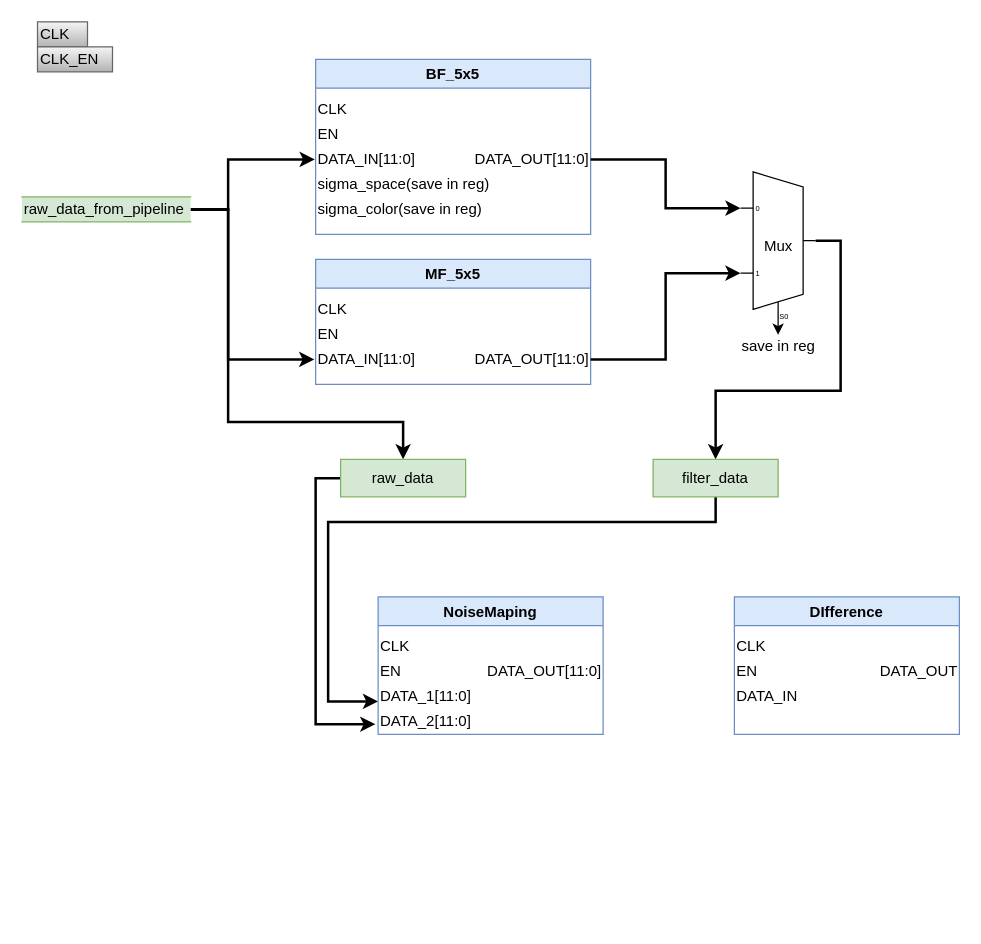
Above: page "ModulePartation" (2 of 2) of 3DNR/3DNR_hardware.drawio in sustcsugar/draw.io (draw.io), before the change. Source tidied: cells renumbered, new cells numbered last; positions are measured from the earlier drawing's top-left corner, leaving out a move shared by most shapes. Both pictures are drawn from the tidied source at 125%, with x=0, y=0 at pixel (21, 21).
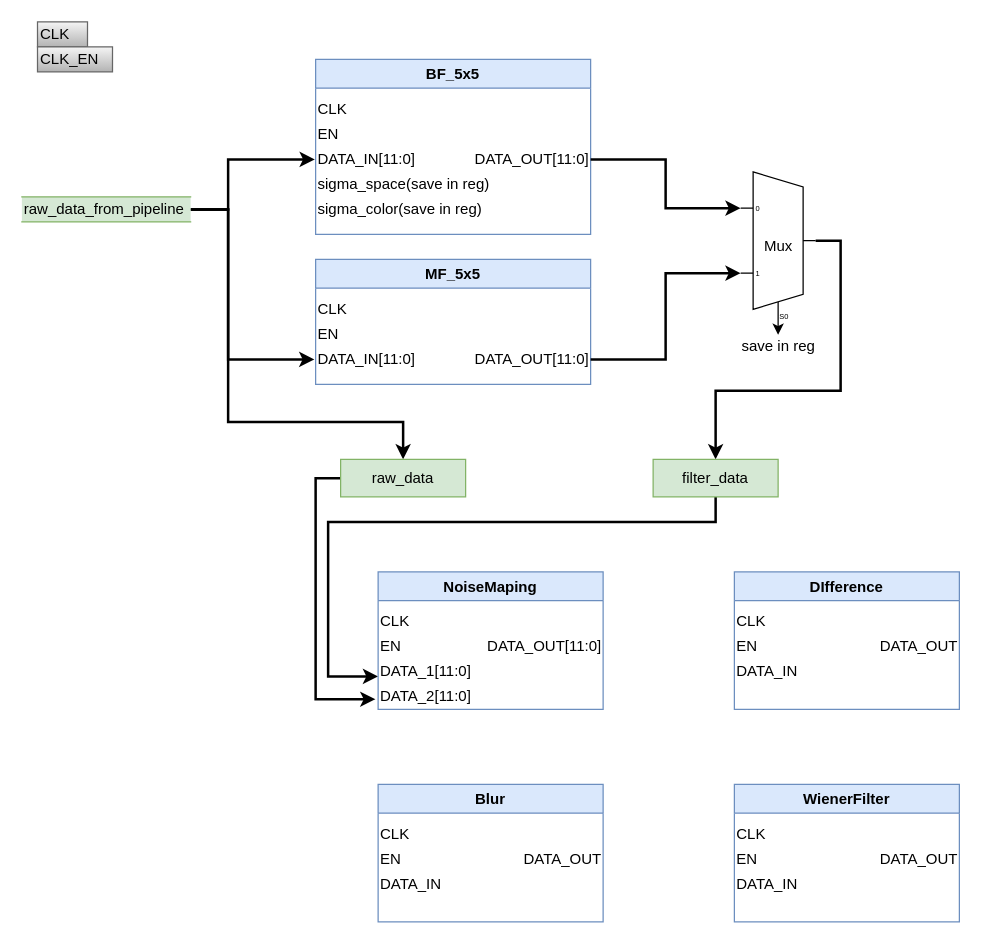
The same page after the edit.

Commit message:
2021-11-08 17:28:37 from SHI Gang

Unchanged cells that the change refers to:
```xml
<mxCell id="24" value="filter_data" style="rounded=0;whiteSpace=wrap;html=1;align=center;fillColor=#d5e8d4;strokeColor=#82b366;" parent="1" vertex="1">
  <mxGeometry x="505" y="350" width="100" height="30" as="geometry" />
</mxCell>
<mxCell id="26" value="raw_data" style="rounded=0;whiteSpace=wrap;html=1;align=center;fillColor=#d5e8d4;strokeColor=#82b366;" parent="1" vertex="1">
  <mxGeometry x="255" y="350" width="100" height="30" as="geometry" />
</mxCell>
<mxCell id="33" value="DATA_1[11:0]" style="text;html=1;align=left;verticalAlign=middle;points=[];strokeColor=none;fillColor=none;" parent="30" vertex="1">
  <mxGeometry y="70" width="90" height="20" as="geometry" />
</mxCell>
<mxCell id="35" value="DATA_2[11:0]" style="text;html=1;align=left;verticalAlign=middle;points=[];strokeColor=none;fillColor=none;" parent="30" vertex="1">
  <mxGeometry y="90" width="90" height="20" as="geometry" />
</mxCell>
```

Diff of the diagram source:
```diff
@@
     <mxCell id="23" style="edgeStyle=orthogonalEdgeStyle;rounded=0;jettySize=auto;html=1;entryX=0;entryY=0.68;entryDx=0;entryDy=0;entryPerimeter=0;strokeWidth=2;" parent="1" edge="1" source="24" target="33">
       <mxGeometry relative="1" as="geometry">
         <Array as="points">
           <mxPoint x="555" y="400" />
           <mxPoint x="245" y="400" />
-          <mxPoint x="245" y="544" />
+          <mxPoint x="245" y="524" />
         </Array>
       </mxGeometry>
     </mxCell>
@@
     <mxCell id="25" style="edgeStyle=orthogonalEdgeStyle;rounded=0;jettySize=auto;html=1;entryX=-0.024;entryY=0.593;entryDx=0;entryDy=0;entryPerimeter=0;strokeWidth=2;" parent="1" edge="1" source="26" target="35">
       <mxGeometry relative="1" as="geometry">
         <Array as="points">
           <mxPoint x="235" y="365" />
-          <mxPoint x="235" y="562" />
+          <mxPoint x="235" y="542" />
         </Array>
       </mxGeometry>
     </mxCell>
@@
     <mxCell id="30" value="NoiseMaping" style="swimlane;align=center;fillColor=#dae8fc;strokeColor=#6c8ebf;" parent="1" vertex="1">
-      <mxGeometry x="285" y="460" width="180" height="110" as="geometry" />
+      <mxGeometry x="285" y="440" width="180" height="110" as="geometry" />
     </mxCell>
@@
     <mxCell id="36" value="DIfference" style="swimlane;align=center;fillColor=#dae8fc;strokeColor=#6c8ebf;" parent="1" vertex="1">
-      <mxGeometry x="570" y="460" width="180" height="110" as="geometry" />
+      <mxGeometry x="570" y="440" width="180" height="110" as="geometry" />
     </mxCell>
@@
+    <mxCell id="41" value="WienerFilter" style="swimlane;fillColor=#dae8fc;strokeColor=#6c8ebf;" parent="1" vertex="1">
+      <mxGeometry x="570" y="610" width="180" height="110" as="geometry" />
+    </mxCell>
+    <mxCell id="42" value="CLK" style="text;html=1;align=left;verticalAlign=middle;strokeColor=none;fillColor=none;" parent="41" vertex="1">
+      <mxGeometry y="30" width="40" height="20" as="geometry" />
+    </mxCell>
+    <mxCell id="43" value="EN" style="text;html=1;align=left;verticalAlign=middle;strokeColor=none;fillColor=none;" parent="41" vertex="1">
+      <mxGeometry y="50" width="30" height="20" as="geometry" />
+    </mxCell>
+    <mxCell id="44" value="DATA_IN" style="text;html=1;align=left;verticalAlign=middle;strokeColor=none;fillColor=none;" parent="41" vertex="1">
+      <mxGeometry y="70" width="60" height="20" as="geometry" />
+    </mxCell>
+    <mxCell id="45" value="DATA_OUT" style="text;html=1;align=right;verticalAlign=middle;strokeColor=none;fillColor=none;" parent="41" vertex="1">
+      <mxGeometry x="100" y="50" width="80" height="20" as="geometry" />
+    </mxCell>
+    <mxCell id="46" value="Blur" style="swimlane;fillColor=#dae8fc;strokeColor=#6c8ebf;" parent="1" vertex="1">
+      <mxGeometry x="285" y="610" width="180" height="110" as="geometry" />
+    </mxCell>
+    <mxCell id="47" value="CLK" style="text;html=1;align=left;verticalAlign=middle;strokeColor=none;fillColor=none;" parent="46" vertex="1">
+      <mxGeometry y="30" width="40" height="20" as="geometry" />
+    </mxCell>
+    <mxCell id="48" value="EN" style="text;html=1;align=left;verticalAlign=middle;strokeColor=none;fillColor=none;" parent="46" vertex="1">
+      <mxGeometry y="50" width="30" height="20" as="geometry" />
+    </mxCell>
+    <mxCell id="49" value="DATA_IN" style="text;html=1;align=left;verticalAlign=middle;strokeColor=none;fillColor=none;" parent="46" vertex="1">
+      <mxGeometry y="70" width="60" height="20" as="geometry" />
+    </mxCell>
+    <mxCell id="50" value="DATA_OUT" style="text;html=1;align=right;verticalAlign=middle;strokeColor=none;fillColor=none;" parent="46" vertex="1">
+      <mxGeometry x="100" y="50" width="80" height="20" as="geometry" />
+    </mxCell>
```
